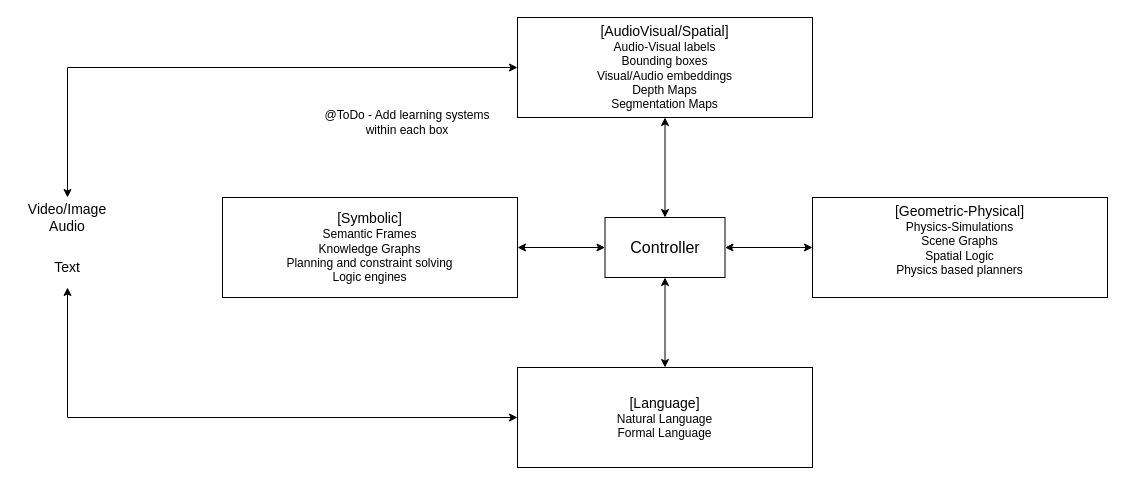
Before: design-docs/4-boxes.drawio in yashrahmed/VordMekh_project, a draw.io diagram. Source tidied: cells renumbered, new cells numbered last; positions are measured from the earlier drawing's top-left corner, leaving out a move shared by most shapes. Both pictures are drawn from the tidied source at 100%, with x=0, y=0 at pixel (17, 17).
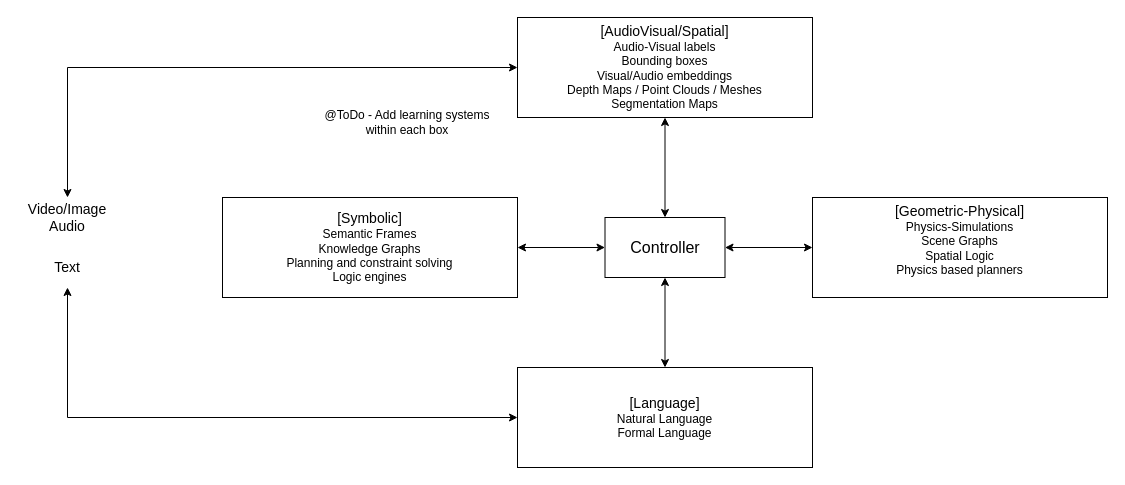
The same diagram, later.

Commit message:
Adding more instances of visual outputs

Diff of the diagram source:
```diff
@@
 <mxGraphModel>
   <root>
     <mxCell id="0" />
     <mxCell id="1" parent="0" />
-    <mxCell id="2" value="&lt;font style=&quot;font-size: 14px;&quot;&gt;[AudioVisual/Spatial]&lt;/font&gt;&lt;div&gt;&lt;span style=&quot;background-color: transparent; color: light-dark(rgb(0, 0, 0), rgb(255, 255, 255));&quot;&gt;Audio-Visual labels&lt;/span&gt;&lt;/div&gt;&lt;div&gt;Bounding boxes&lt;/div&gt;&lt;div&gt;Visual/Audio embeddings&lt;/div&gt;&lt;div&gt;Depth Maps&lt;/div&gt;&lt;div&gt;Segmentation Maps&lt;/div&gt;" style="rounded=0;whiteSpace=wrap;html=1;" parent="1" vertex="1">
+    <mxCell id="2" value="&lt;font style=&quot;font-size: 14px;&quot;&gt;[AudioVisual/Spatial]&lt;/font&gt;&lt;div&gt;&lt;span style=&quot;background-color: transparent; color: light-dark(rgb(0, 0, 0), rgb(255, 255, 255));&quot;&gt;Audio-Visual labels&lt;/span&gt;&lt;/div&gt;&lt;div&gt;Bounding boxes&lt;/div&gt;&lt;div&gt;Visual/Audio embeddings&lt;/div&gt;&lt;div&gt;Depth Maps / Point Clouds / Meshes&lt;/div&gt;&lt;div&gt;Segmentation Maps&lt;/div&gt;" style="rounded=0;whiteSpace=wrap;html=1;" parent="1" vertex="1">
       <mxGeometry x="500" width="295" height="100" as="geometry" />
     </mxCell>
     <mxCell id="3" value="&lt;font style=&quot;font-size: 14px;&quot;&gt;[Geometric-Physical]&lt;/font&gt;&lt;div&gt;&lt;span style=&quot;background-color: transparent; color: light-dark(rgb(0, 0, 0), rgb(255, 255, 255));&quot;&gt;Physics-Simulations&lt;/span&gt;&lt;/div&gt;&lt;div&gt;&lt;span style=&quot;background-color: transparent; color: light-dark(rgb(0, 0, 0), rgb(255, 255, 255));&quot;&gt;Scene Graphs&lt;/span&gt;&lt;/div&gt;&lt;div&gt;&lt;span style=&quot;background-color: transparent; color: light-dark(rgb(0, 0, 0), rgb(255, 255, 255));&quot;&gt;Spatial Logic&lt;/span&gt;&lt;/div&gt;&lt;div&gt;&lt;span style=&quot;background-color: transparent; color: light-dark(rgb(0, 0, 0), rgb(255, 255, 255));&quot;&gt;Physics based planners&lt;/span&gt;&lt;/div&gt;&lt;div&gt;&lt;br&gt;&lt;/div&gt;" style="rounded=0;whiteSpace=wrap;html=1;" parent="1" vertex="1">
       <mxGeometry x="795" y="180" width="295" height="100" as="geometry" />
     </mxCell>
     <mxCell id="4" value="&lt;font style=&quot;font-size: 14px;&quot;&gt;[Symbolic]&lt;/font&gt;&lt;div&gt;Semantic Frames&lt;/div&gt;&lt;div&gt;&lt;span style=&quot;background-color: transparent; color: light-dark(rgb(0, 0, 0), rgb(255, 255, 255));&quot;&gt;Knowledge Graphs&lt;/span&gt;&lt;/div&gt;&lt;div&gt;&lt;span style=&quot;background-color: transparent; color: light-dark(rgb(0, 0, 0), rgb(255, 255, 255));&quot;&gt;Planning and constraint solving&lt;/span&gt;&lt;/div&gt;&lt;div&gt;Logic engines&lt;/div&gt;" style="rounded=0;whiteSpace=wrap;html=1;" parent="1" vertex="1">
       <mxGeometry x="205" y="180" width="295" height="100" as="geometry" />
     </mxCell>
     <mxCell id="5" value="&lt;font style=&quot;font-size: 14px;&quot;&gt;[Language]&lt;/font&gt;&lt;div&gt;Natural Language&lt;/div&gt;&lt;div&gt;Formal Language&lt;/div&gt;" style="rounded=0;whiteSpace=wrap;html=1;" parent="1" vertex="1">
       <mxGeometry x="500" y="350" width="295" height="100" as="geometry" />
     </mxCell>
     <mxCell id="6" value="&lt;font style=&quot;font-size: 16px;&quot;&gt;Controller&lt;/font&gt;" style="rounded=0;whiteSpace=wrap;html=1;" parent="1" vertex="1">
       <mxGeometry x="587.5" y="200" width="120" height="60" as="geometry" />
     </mxCell>
     <mxCell id="7" style="endArrow=classic;startArrow=classic;html=1;rounded=0;entryX=0.5;entryY=1;entryDx=0;entryDy=0;exitX=0.5;exitY=0;exitDx=0;exitDy=0;" parent="1" edge="1" source="6" target="2">
       <mxGeometry relative="1" as="geometry" />
     </mxCell>
     <mxCell id="8" style="endArrow=classic;startArrow=classic;html=1;rounded=0;exitX=0.5;exitY=0;exitDx=0;exitDy=0;entryX=0.5;entryY=1;entryDx=0;entryDy=0;" parent="1" edge="1" source="5" target="6">
       <mxGeometry relative="1" as="geometry" />
     </mxCell>
     <mxCell id="9" style="endArrow=classic;startArrow=classic;html=1;rounded=0;exitX=1;exitY=0.5;exitDx=0;exitDy=0;entryX=0;entryY=0.5;entryDx=0;entryDy=0;" parent="1" edge="1" source="4" target="6">
       <mxGeometry relative="1" as="geometry" />
     </mxCell>
     <mxCell id="10" style="endArrow=classic;startArrow=classic;html=1;rounded=0;exitX=1;exitY=0.5;exitDx=0;exitDy=0;" parent="1" edge="1" source="6" target="3">
       <mxGeometry relative="1" as="geometry" />
     </mxCell>
     <mxCell id="11" value="&lt;font style=&quot;font-size: 14px;&quot;&gt;Video/Image&lt;br&gt;&lt;/font&gt;&lt;div&gt;&lt;font style=&quot;font-size: 14px;&quot;&gt;Audio&lt;/font&gt;&lt;/div&gt;" style="text;html=1;align=center;verticalAlign=middle;whiteSpace=wrap;rounded=0;" parent="1" vertex="1">
       <mxGeometry y="180" width="100" height="40" as="geometry" />
     </mxCell>
     <mxCell id="12" value="&lt;span style=&quot;font-size: 14px;&quot;&gt;Text&lt;/span&gt;" style="text;html=1;align=center;verticalAlign=middle;whiteSpace=wrap;rounded=0;" parent="1" vertex="1">
       <mxGeometry y="230" width="100" height="40" as="geometry" />
     </mxCell>
     <mxCell id="13" style="endArrow=classic;startArrow=classic;html=1;rounded=0;entryX=0;entryY=0.5;entryDx=0;entryDy=0;exitX=0.5;exitY=0;exitDx=0;exitDy=0;" parent="1" edge="1" source="11" target="2">
       <mxGeometry relative="1" as="geometry">
         <Array as="points">
           <mxPoint x="50" y="50" />
         </Array>
       </mxGeometry>
     </mxCell>
     <mxCell id="14" style="endArrow=classic;startArrow=classic;html=1;rounded=0;entryX=0;entryY=0.5;entryDx=0;entryDy=0;exitX=0.5;exitY=1;exitDx=0;exitDy=0;" parent="1" edge="1" source="12" target="5">
       <mxGeometry relative="1" as="geometry">
         <Array as="points">
           <mxPoint x="50" y="400" />
         </Array>
       </mxGeometry>
     </mxCell>
     <mxCell id="15" value="@ToDo - Add learning systems within each box" style="text;html=1;align=center;verticalAlign=middle;whiteSpace=wrap;rounded=0;" parent="1" vertex="1">
       <mxGeometry x="300" y="90" width="180" height="30" as="geometry" />
     </mxCell>
   </root>
 </mxGraphModel>
```
